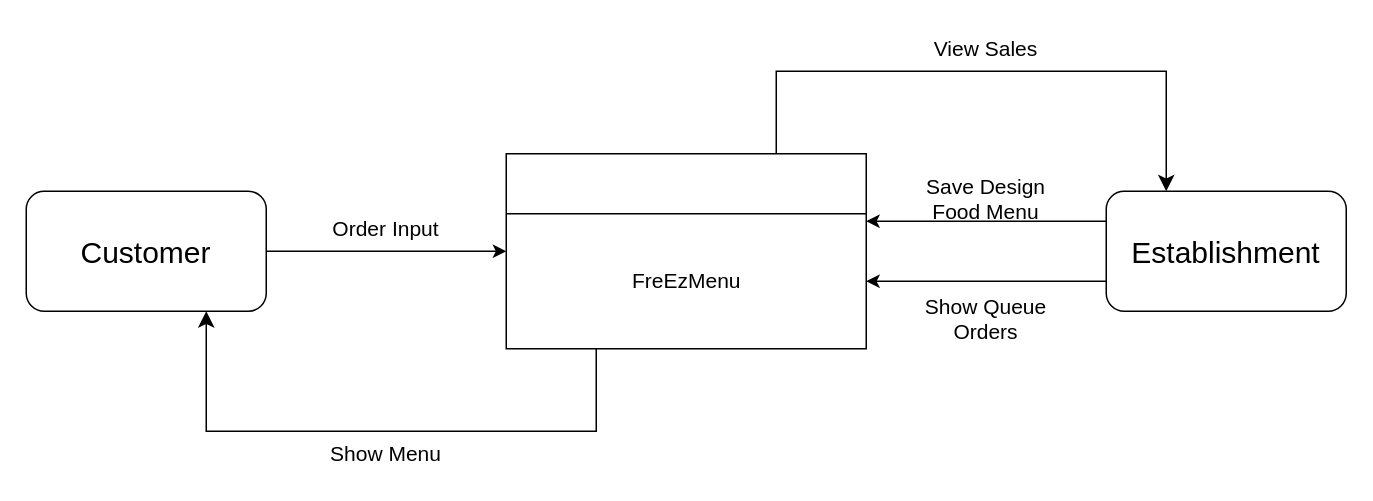
Before: DOCS/Diagrams/Context Flow Diagram.drawio in alexxGmZ/MenuMaApp, a draw.io diagram. Source tidied: cells renumbered, new cells numbered last; positions are measured from the earlier drawing's top-left corner, leaving out a move shared by most shapes. Both pictures are drawn from the tidied source at 150%, with x=0, y=0 at pixel (26, 26).
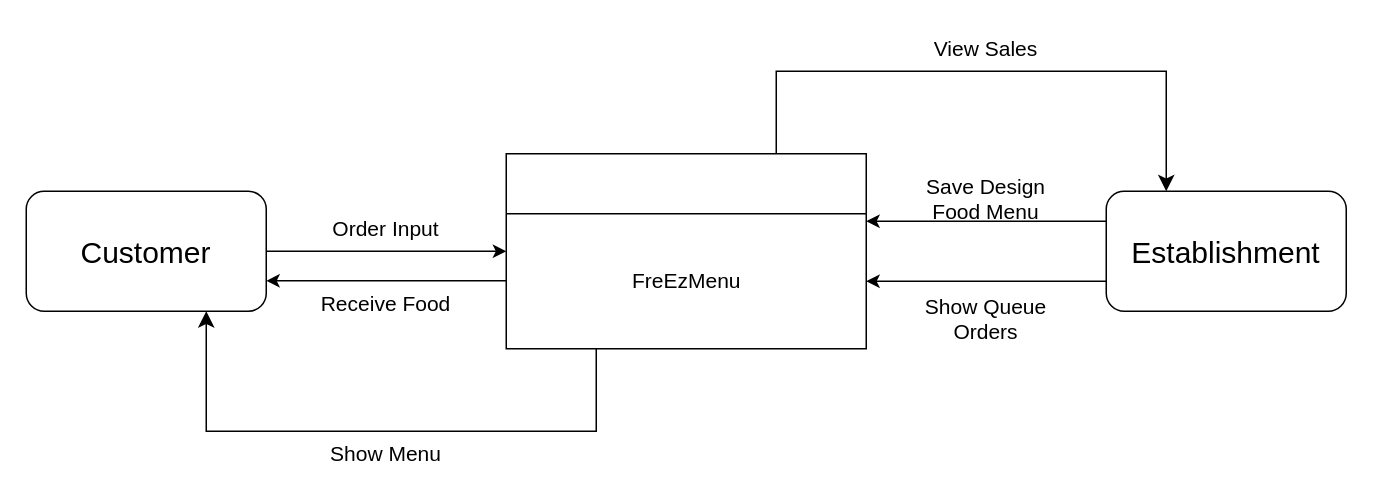
Above is the later version.

Commit message (it also covers changes not shown here):
Data Flow Diagram 2 Revised is empty, Data Flow Diagram 1 revised added and context flow modified

What changed in the source:
```diff
@@
+    <mxCell id="16" style="endArrow=classic;html=1;fontSize=20;entryX=1;entryY=0.5;entryDx=0;entryDy=0;endFill=1;startArrow=none;startFill=0;exitX=0;exitY=0.5;exitDx=0;exitDy=0;" parent="1" edge="1">
+      <mxGeometry relative="1" as="geometry">
+        <mxPoint x="320" y="169.7" as="sourcePoint" />
+        <mxPoint x="160" y="169.7" as="targetPoint" />
+      </mxGeometry>
+    </mxCell>
+    <mxCell id="17" value="Receive Food" style="text;html=1;strokeColor=none;fillColor=none;align=center;verticalAlign=middle;whiteSpace=wrap;rounded=0;fontSize=14;" parent="1" vertex="1">
+      <mxGeometry x="190" y="170" width="100" height="30" as="geometry" />
+    </mxCell>
```
